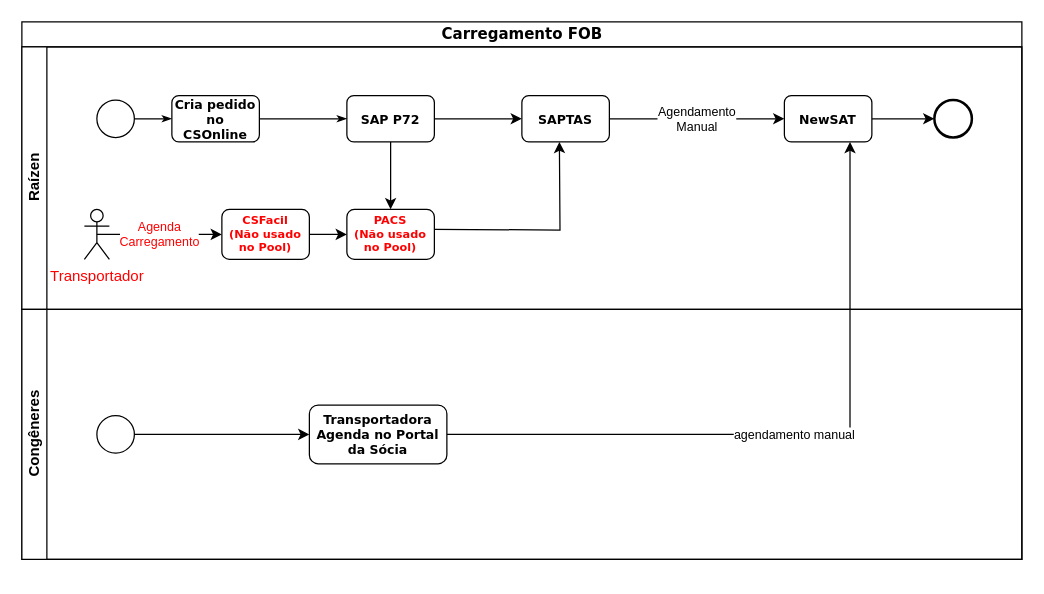
anlugifa/drawio keeps this draw.io diagram as page "Carregamento FOB" (2 of 3) of PAI.drawio. Above is the earlier version. Source tidied: cells renumbered, new cells numbered last; positions are measured from the earlier drawing's top-left corner, leaving out a move shared by most shapes. Both pictures are drawn from the tidied source at 125%, with x=0, y=0 at pixel (21, 21).
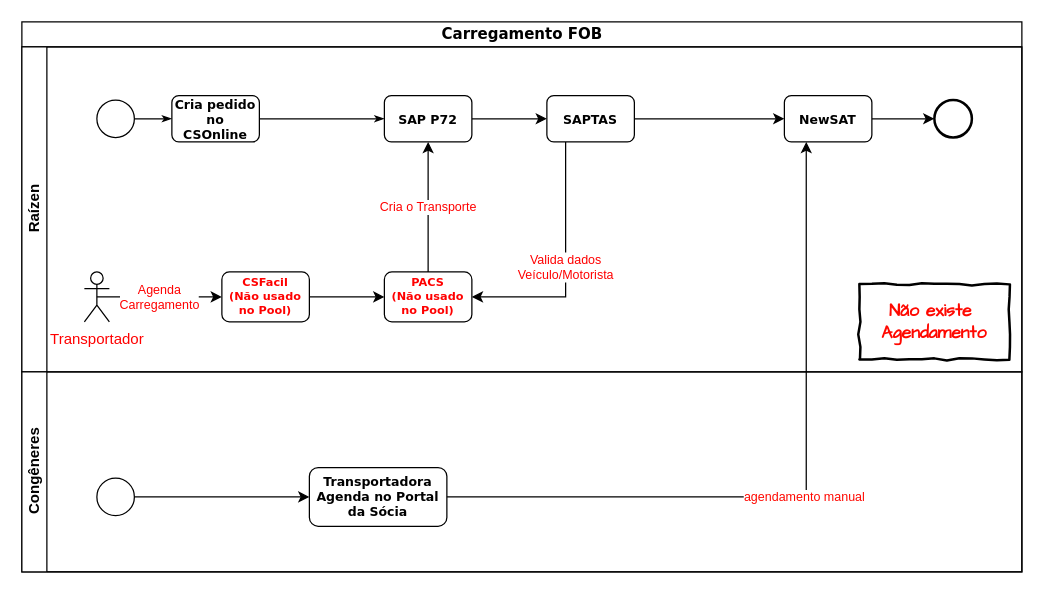
After the change.

Unchanged cells that the change refers to:
```xml
<mxCell id="13" value="NewSAT" style="rounded=1;whiteSpace=wrap;html=1;shadow=0;labelBackgroundColor=none;strokeColor=#000000;strokeWidth=1;fillColor=#ffffff;fontFamily=Verdana;fontSize=10;fontColor=#000000;align=center;fontStyle=1;" parent="3" vertex="1">
  <mxGeometry x="610" y="39" width="70" height="37" as="geometry" />
</mxCell>
<mxCell id="22" value="Transportadora Agenda no Portal da Sócia" style="rounded=1;whiteSpace=wrap;html=1;shadow=0;labelBackgroundColor=none;strokeColor=#000000;strokeWidth=1;fillColor=#ffffff;fontFamily=Verdana;fontSize=10;fontColor=#000000;align=center;fontStyle=1;" parent="21" vertex="1">
  <mxGeometry x="230" y="76.5" width="110" height="47" as="geometry" />
</mxCell>
```

Diff of the diagram source:
```diff
@@
     <mxCell id="2" value="Carregamento FOB" style="swimlane;html=1;horizontal=1;startSize=20;rounded=0;shadow=0;labelBackgroundColor=none;strokeColor=#000000;strokeWidth=1;fillColor=#ffffff;fontFamily=Verdana;fontSize=12;fontColor=#000000;align=center;" parent="1" vertex="1">
-      <mxGeometry width="800" height="430" as="geometry" />
+      <mxGeometry width="800" height="440" as="geometry" />
     </mxCell>
     <mxCell id="3" value="Raízen" style="swimlane;html=1;startSize=20;horizontal=0;" parent="2" vertex="1">
-      <mxGeometry y="20" width="800" height="210" as="geometry" />
+      <mxGeometry y="20" width="800" height="260" as="geometry" />
     </mxCell>
@@
-    <mxCell id="8" style="edgeStyle=orthogonalEdgeStyle;rounded=0;jettySize=auto;html=1;fontSize=10;fontColor=#FF0000;" parent="3" edge="1" source="9" target="16">
-      <mxGeometry relative="1" as="geometry" />
-    </mxCell>
     <mxCell id="9" value="SAP P72" style="rounded=1;whiteSpace=wrap;html=1;shadow=0;labelBackgroundColor=none;strokeColor=#000000;strokeWidth=1;fillColor=#ffffff;fontFamily=Verdana;fontSize=10;fontColor=#000000;align=center;fontStyle=1;" parent="3" vertex="1">
-      <mxGeometry x="260" y="39" width="70" height="37" as="geometry" />
+      <mxGeometry x="290" y="39" width="70" height="37" as="geometry" />
     </mxCell>
-    <mxCell id="10" value="Agendamento&lt;br&gt;Manual" style="edgeStyle=orthogonalEdgeStyle;rounded=0;jettySize=auto;html=1;fontSize=10;" parent="3" edge="1" source="11" target="13">
+    <mxCell id="10" style="edgeStyle=orthogonalEdgeStyle;rounded=0;jettySize=auto;html=1;fontSize=10;" parent="3" edge="1" source="11" target="13">
       <mxGeometry relative="1" as="geometry" />
     </mxCell>
+    <mxCell id="27" value="Valida dados &lt;br style=&quot;font-size: 10px;&quot;&gt;Veículo/Motorista" style="edgeStyle=orthogonalEdgeStyle;rounded=0;jettySize=auto;html=1;entryX=1;entryY=0.5;entryDx=0;entryDy=0;fontSize=10;fontColor=#FF0000;" parent="3" edge="1" source="11" target="16">
+      <mxGeometry relative="1" as="geometry">
+        <Array as="points">
+          <mxPoint x="435" y="200" />
+        </Array>
+      </mxGeometry>
+    </mxCell>
     <mxCell id="11" value="SAPTAS" style="rounded=1;whiteSpace=wrap;html=1;shadow=0;labelBackgroundColor=none;strokeColor=#000000;strokeWidth=1;fillColor=#ffffff;fontFamily=Verdana;fontSize=10;fontColor=#000000;align=center;fontStyle=1;" parent="3" vertex="1">
-      <mxGeometry x="400" y="39" width="70" height="37" as="geometry" />
+      <mxGeometry x="420" y="39" width="70" height="37" as="geometry" />
     </mxCell>
@@
+    <mxCell id="28" value="Cria o Transporte" style="edgeStyle=orthogonalEdgeStyle;rounded=0;jettySize=auto;html=1;entryX=0.5;entryY=1;entryDx=0;entryDy=0;fontSize=10;fontColor=#FF0000;" parent="3" edge="1" source="16" target="9">
+      <mxGeometry relative="1" as="geometry" />
+    </mxCell>
     <mxCell id="16" value="PACS&lt;br style=&quot;font-size: 9px;&quot;&gt;(Não usado no Pool)" style="rounded=1;whiteSpace=wrap;html=1;shadow=0;labelBackgroundColor=none;strokeColor=#000000;strokeWidth=1;fillColor=#ffffff;fontFamily=Verdana;fontSize=9;fontColor=#FF0000;align=center;fontStyle=1;" parent="3" vertex="1">
-      <mxGeometry x="260" y="130" width="70" height="40" as="geometry" />
+      <mxGeometry x="290" y="180" width="70" height="40" as="geometry" />
     </mxCell>
@@
     <mxCell id="18" value="&lt;font style=&quot;font-size: 12px&quot;&gt;Transportador&lt;/font&gt;" style="shape=umlActor;verticalLabelPosition=bottom;labelBackgroundColor=#ffffff;verticalAlign=top;html=1;outlineConnect=0;fontSize=10;fontColor=#FF0000;" parent="3" vertex="1">
-      <mxGeometry x="50" y="130" width="20" height="40" as="geometry" />
+      <mxGeometry x="50" y="180" width="20" height="40" as="geometry" />
     </mxCell>
@@
     <mxCell id="20" value="CSFacil&lt;br style=&quot;font-size: 9px;&quot;&gt;(Não usado no Pool)" style="rounded=1;whiteSpace=wrap;html=1;shadow=0;labelBackgroundColor=none;strokeColor=#000000;strokeWidth=1;fillColor=#ffffff;fontFamily=Verdana;fontSize=9;fontColor=#FF0000;align=center;fontStyle=1;" parent="3" vertex="1">
-      <mxGeometry x="160" y="130" width="70" height="40" as="geometry" />
+      <mxGeometry x="160" y="180" width="70" height="40" as="geometry" />
     </mxCell>
+    <mxCell id="29" value="Não existe&amp;nbsp;&lt;br style=&quot;font-size: 14px;&quot;&gt;Agendamento" style="html=1;whiteSpace=wrap;comic=1;strokeWidth=2;fontFamily=Comic Sans MS;fontStyle=1;fontColor=#FF0800;fontSize=14;" parent="3" vertex="1">
+      <mxGeometry x="670" y="190" width="120" height="60" as="geometry" />
+    </mxCell>
     <mxCell id="21" value="Congêneres" style="swimlane;html=1;startSize=20;horizontal=0;" parent="2" vertex="1">
-      <mxGeometry y="230" width="800" height="200" as="geometry" />
+      <mxGeometry y="280" width="800" height="160" as="geometry" />
     </mxCell>
@@
-    <mxCell id="25" value="agendamento manual" style="edgeStyle=orthogonalEdgeStyle;rounded=0;jettySize=auto;html=1;entryX=0.75;entryY=1;entryDx=0;entryDy=0;fontSize=10;" parent="2" edge="1" source="22" target="13">
+    <mxCell id="25" value="&lt;font color=&quot;#ff0800&quot;&gt;agendamento manual&lt;/font&gt;" style="edgeStyle=orthogonalEdgeStyle;rounded=0;jettySize=auto;html=1;entryX=0.25;entryY=1;entryDx=0;entryDy=0;fontSize=10;" parent="2" edge="1" source="22" target="13">
       <mxGeometry relative="1" as="geometry" />
     </mxCell>
-    <mxCell id="26" style="edgeStyle=orthogonalEdgeStyle;rounded=0;orthogonalLoop=1;jettySize=auto;html=1;fontSize=10;fontColor=#FF0000;" parent="1" edge="1">
-      <mxGeometry relative="1" as="geometry">
-        <mxPoint x="330" y="166" as="sourcePoint" />
-        <mxPoint x="430" y="96" as="targetPoint" />
-      </mxGeometry>
-    </mxCell>
```
